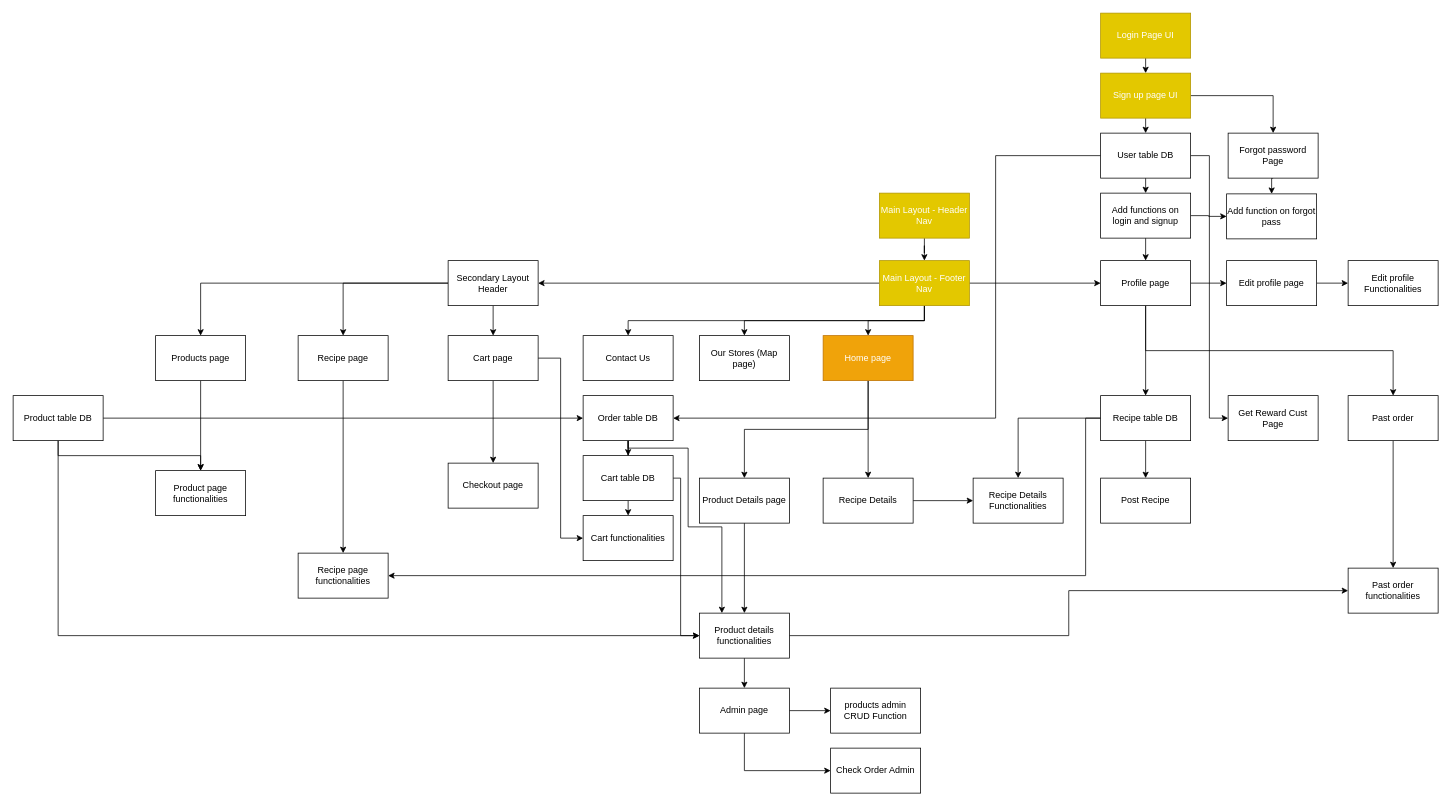
Above: Untitled Diagram.drawio in Wavergg/721SoftwareEngineering (draw.io), before the change. Source tidied: cells renumbered, new cells numbered last; positions are measured from the earlier drawing's top-left corner, leaving out a move shared by most shapes. Both pictures are drawn from the tidied source at 75%, with x=0, y=0 at pixel (13, 13).
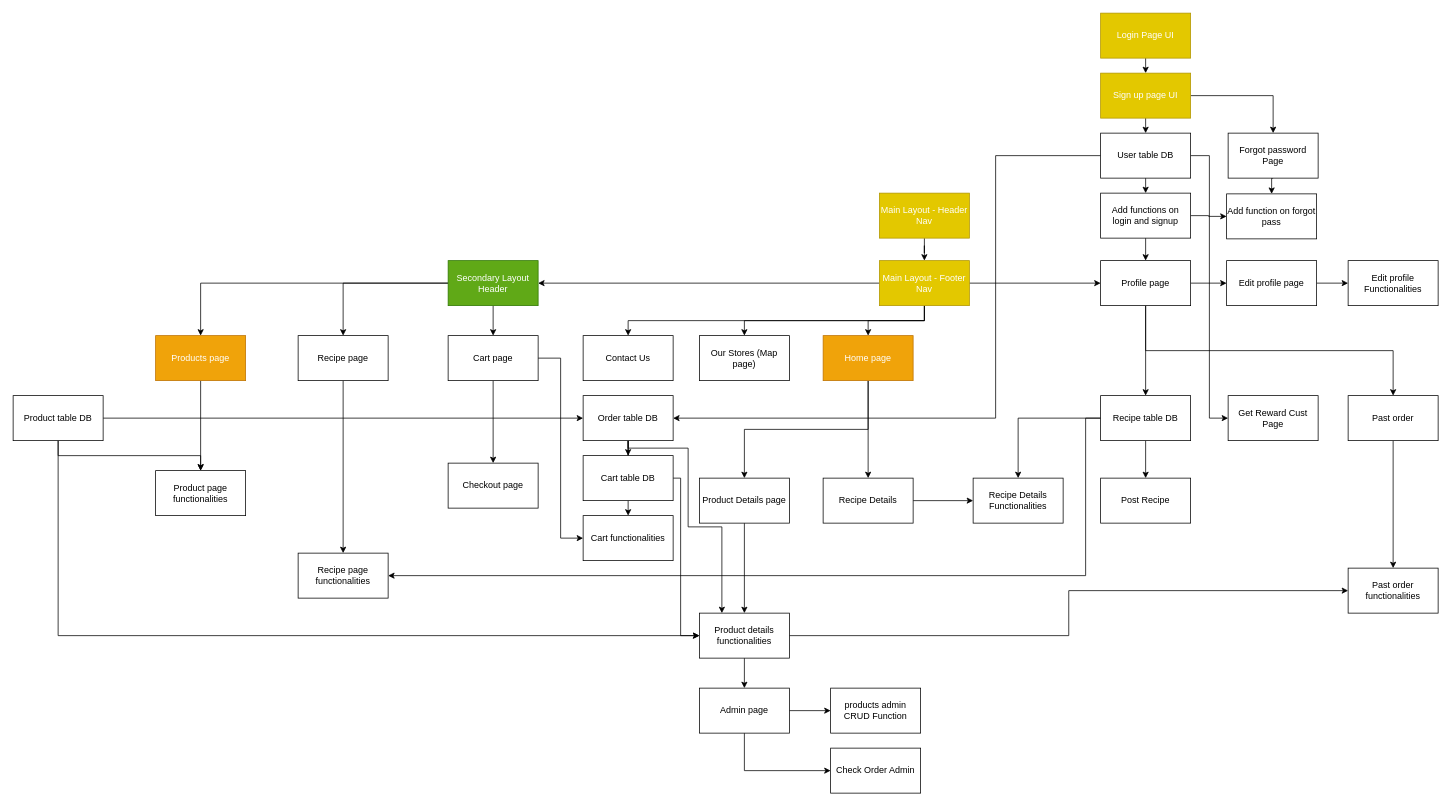
The same page after the edit.

What changed in the source:
```diff
@@
-    <mxCell id="43" value="Secondary Layout Header" style="rounded=0;whiteSpace=wrap;html=1;" parent="1" vertex="1">
+    <mxCell id="43" value="Secondary Layout Header" style="rounded=0;whiteSpace=wrap;html=1;fillColor=#60a917;strokeColor=#2D7600;fontColor=#ffffff;" parent="1" vertex="1">
       <mxGeometry x="580" y="330" width="120" height="60" as="geometry" />
     </mxCell>
@@
-    <mxCell id="57" value="Products page" style="rounded=0;whiteSpace=wrap;html=1;" parent="1" vertex="1">
+    <mxCell id="57" value="Products page" style="rounded=0;whiteSpace=wrap;html=1;fillColor=#f0a30a;strokeColor=#BD7000;fontColor=#ffffff;" parent="1" vertex="1">
       <mxGeometry x="190" y="430" width="120" height="60" as="geometry" />
     </mxCell>
```
